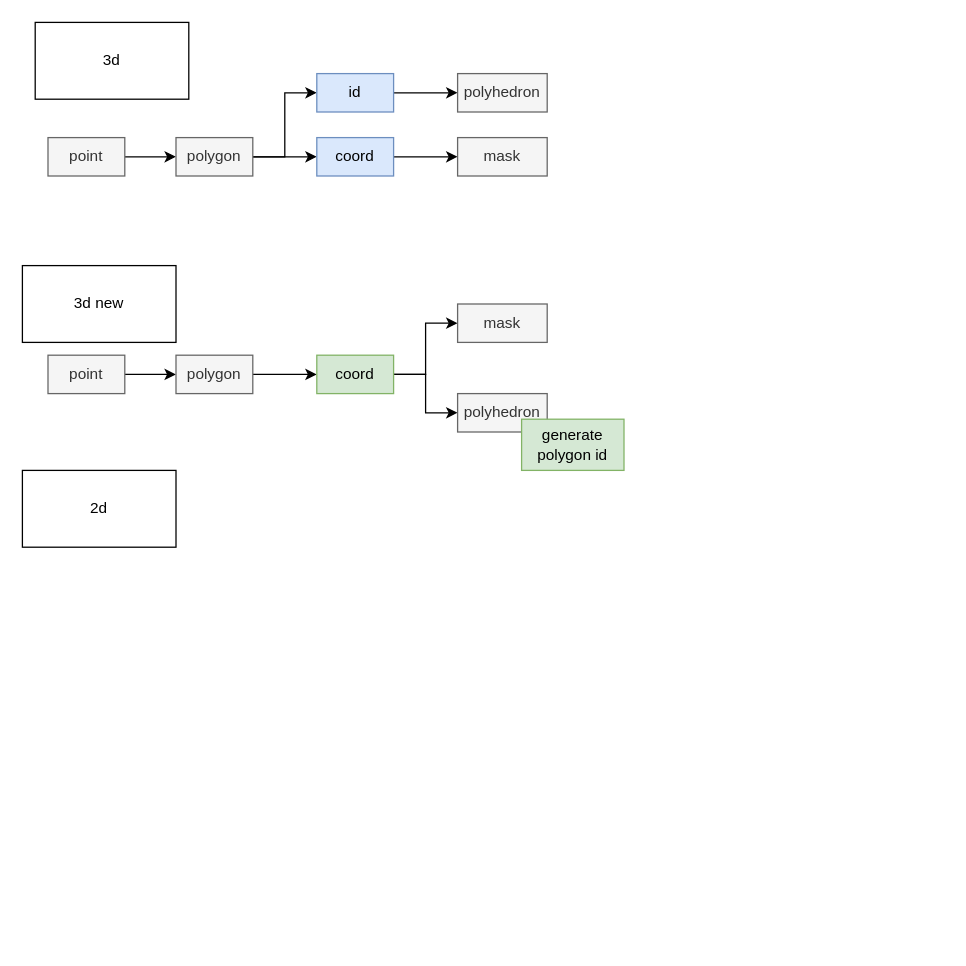
Earlier version of the draw.io diagram 未命名绘图.drawio (FicmillaR/drawio). Source tidied: cells renumbered, new cells numbered last; positions are measured from the earlier drawing's top-left corner, leaving out a move shared by most shapes. Both pictures are drawn from the tidied source at 128%, with x=0, y=0 at pixel (22, 22).
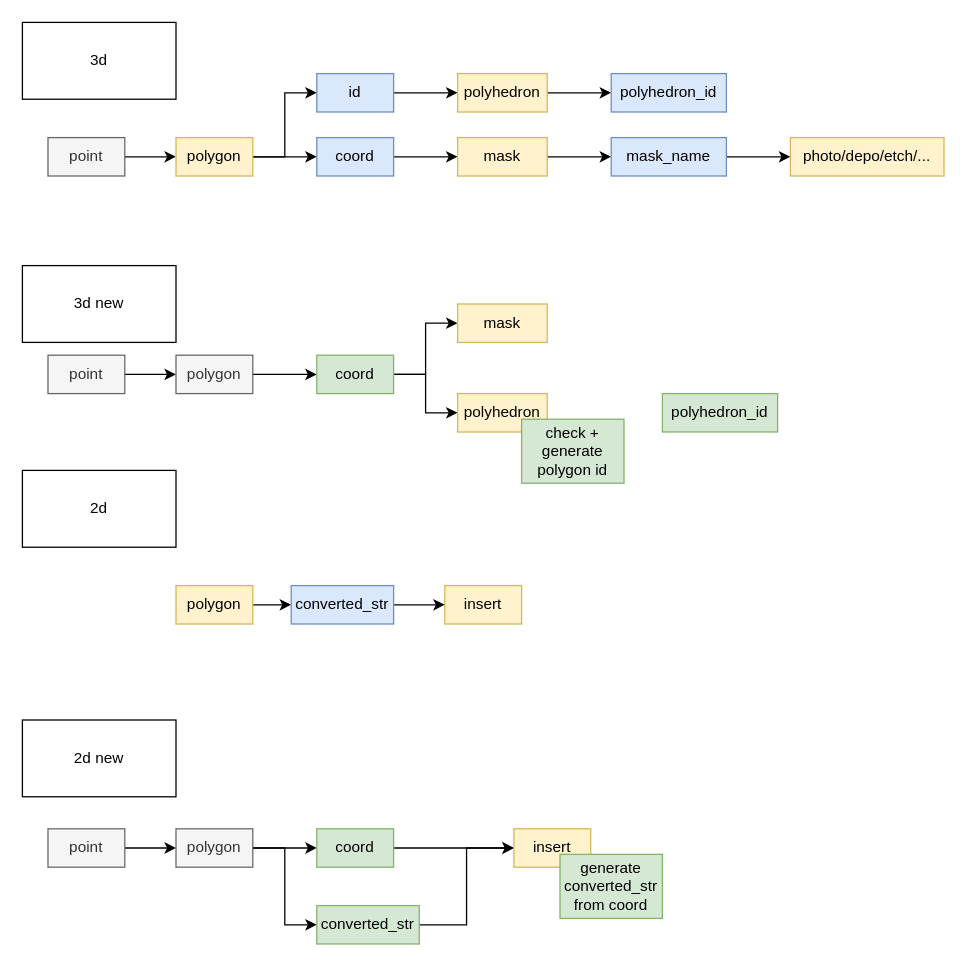
The same diagram, later.

Commit message:
更新未命名绘图.drawio

Change to the diagram source:
```diff
@@
-    <mxCell id="6" value="polygon" style="rounded=0;whiteSpace=wrap;html=1;fillColor=#f5f5f5;fontColor=#333333;strokeColor=#666666;" parent="1" vertex="1">
+    <mxCell id="6" value="polygon" style="rounded=0;whiteSpace=wrap;html=1;fillColor=#fff2cc;strokeColor=#d6b656;" parent="1" vertex="1">
       <mxGeometry x="120" y="90" width="60" height="30" as="geometry" />
     </mxCell>
@@
+    <mxCell id="26" style="edgeStyle=orthogonalEdgeStyle;rounded=0;jettySize=auto;html=1;exitX=1;exitY=0.5;exitDx=0;exitDy=0;entryX=0;entryY=0.5;entryDx=0;entryDy=0;" parent="1" edge="1" source="11" target="45">
+      <mxGeometry relative="1" as="geometry" />
+    </mxCell>
-    <mxCell id="11" value="polyhedron" style="rounded=0;whiteSpace=wrap;html=1;fillColor=#f5f5f5;fontColor=#333333;strokeColor=#666666;" parent="1" vertex="1">
+    <mxCell id="11" value="polyhedron" style="rounded=0;whiteSpace=wrap;html=1;fillColor=#fff2cc;strokeColor=#d6b656;" parent="1" vertex="1">
       <mxGeometry x="340" y="40" width="70" height="30" as="geometry" />
     </mxCell>
+    <mxCell id="27" style="edgeStyle=orthogonalEdgeStyle;rounded=0;jettySize=auto;html=1;exitX=1;exitY=0.5;exitDx=0;exitDy=0;entryX=0;entryY=0.5;entryDx=0;entryDy=0;" parent="1" edge="1" source="12" target="47">
+      <mxGeometry relative="1" as="geometry" />
+    </mxCell>
-    <mxCell id="12" value="mask" style="rounded=0;whiteSpace=wrap;html=1;fillColor=#f5f5f5;fontColor=#333333;strokeColor=#666666;" parent="1" vertex="1">
+    <mxCell id="12" value="mask" style="rounded=0;whiteSpace=wrap;html=1;fillColor=#fff2cc;strokeColor=#d6b656;" parent="1" vertex="1">
       <mxGeometry x="340" y="90" width="70" height="30" as="geometry" />
     </mxCell>
@@
-    <mxCell id="20" value="mask" style="rounded=0;whiteSpace=wrap;html=1;fillColor=#f5f5f5;fontColor=#333333;strokeColor=#666666;" parent="1" vertex="1">
+    <mxCell id="20" value="mask" style="rounded=0;whiteSpace=wrap;html=1;fillColor=#fff2cc;strokeColor=#d6b656;" parent="1" vertex="1">
       <mxGeometry x="340" y="220" width="70" height="30" as="geometry" />
     </mxCell>
-    <mxCell id="21" value="polyhedron" style="rounded=0;whiteSpace=wrap;html=1;fillColor=#f5f5f5;fontColor=#333333;strokeColor=#666666;" parent="1" vertex="1">
+    <mxCell id="21" value="polyhedron" style="rounded=0;whiteSpace=wrap;html=1;fillColor=#fff2cc;strokeColor=#d6b656;" parent="1" vertex="1">
       <mxGeometry x="340" y="290" width="70" height="30" as="geometry" />
     </mxCell>
-    <mxCell id="22" value="generate polygon id" style="rounded=0;whiteSpace=wrap;html=1;fillColor=#d5e8d4;strokeColor=#82b366;" parent="1" vertex="1">
-      <mxGeometry x="390" y="310" width="80" height="40" as="geometry" />
+    <mxCell id="22" value="check + generate polygon id" style="rounded=0;whiteSpace=wrap;html=1;fillColor=#d5e8d4;strokeColor=#82b366;" parent="1" vertex="1">
+      <mxGeometry x="390" y="310" width="80" height="50" as="geometry" />
     </mxCell>
     <mxCell id="23" value="3d" style="rounded=0;whiteSpace=wrap;html=1;" parent="1" vertex="1">
-      <mxGeometry x="10" width="120" height="60" as="geometry" />
+      <mxGeometry width="120" height="60" as="geometry" />
     </mxCell>
@@
+    <mxCell id="28" style="edgeStyle=orthogonalEdgeStyle;rounded=0;jettySize=auto;html=1;entryX=0;entryY=0.5;entryDx=0;entryDy=0;" parent="1" edge="1" source="29" target="32">
+      <mxGeometry relative="1" as="geometry" />
+    </mxCell>
+    <mxCell id="29" value="polygon" style="rounded=0;whiteSpace=wrap;html=1;fillColor=#fff2cc;strokeColor=#d6b656;" parent="1" vertex="1">
+      <mxGeometry x="120" y="440" width="60" height="30" as="geometry" />
+    </mxCell>
+    <mxCell id="30" value="insert" style="rounded=0;whiteSpace=wrap;html=1;fillColor=#fff2cc;strokeColor=#d6b656;" parent="1" vertex="1">
+      <mxGeometry x="330" y="440" width="60" height="30" as="geometry" />
+    </mxCell>
+    <mxCell id="31" style="edgeStyle=orthogonalEdgeStyle;rounded=0;jettySize=auto;html=1;exitX=1;exitY=0.5;exitDx=0;exitDy=0;entryX=0;entryY=0.5;entryDx=0;entryDy=0;" parent="1" edge="1" source="32" target="30">
+      <mxGeometry relative="1" as="geometry" />
+    </mxCell>
+    <mxCell id="32" value="converted_str" style="rounded=0;whiteSpace=wrap;html=1;fillColor=#dae8fc;strokeColor=#6c8ebf;" parent="1" vertex="1">
+      <mxGeometry x="210" y="440" width="80" height="30" as="geometry" />
+    </mxCell>
+    <mxCell id="33" value="2d new" style="rounded=0;whiteSpace=wrap;html=1;" parent="1" vertex="1">
+      <mxGeometry y="545" width="120" height="60" as="geometry" />
+    </mxCell>
+    <mxCell id="34" style="edgeStyle=orthogonalEdgeStyle;rounded=0;jettySize=auto;html=1;entryX=0;entryY=0.5;entryDx=0;entryDy=0;" parent="1" edge="1" source="35" target="38">
+      <mxGeometry relative="1" as="geometry" />
+    </mxCell>
+    <mxCell id="35" value="point" style="rounded=0;whiteSpace=wrap;html=1;fillColor=#f5f5f5;fontColor=#333333;strokeColor=#666666;" parent="1" vertex="1">
+      <mxGeometry x="20" y="630" width="60" height="30" as="geometry" />
+    </mxCell>
+    <mxCell id="36" style="edgeStyle=orthogonalEdgeStyle;rounded=0;jettySize=auto;html=1;entryX=0;entryY=0.5;entryDx=0;entryDy=0;" parent="1" edge="1" source="38" target="40">
+      <mxGeometry relative="1" as="geometry" />
+    </mxCell>
+    <mxCell id="37" style="edgeStyle=orthogonalEdgeStyle;rounded=0;jettySize=auto;html=1;entryX=0;entryY=0.5;entryDx=0;entryDy=0;" parent="1" edge="1" source="38" target="42">
+      <mxGeometry relative="1" as="geometry" />
+    </mxCell>
+    <mxCell id="38" value="polygon" style="rounded=0;whiteSpace=wrap;html=1;fillColor=#f5f5f5;fontColor=#333333;strokeColor=#666666;" parent="1" vertex="1">
+      <mxGeometry x="120" y="630" width="60" height="30" as="geometry" />
+    </mxCell>
+    <mxCell id="39" style="edgeStyle=orthogonalEdgeStyle;rounded=0;jettySize=auto;html=1;exitX=1;exitY=0.5;exitDx=0;exitDy=0;entryX=0;entryY=0.5;entryDx=0;entryDy=0;" parent="1" edge="1" source="40" target="43">
+      <mxGeometry relative="1" as="geometry" />
+    </mxCell>
+    <mxCell id="40" value="coord" style="rounded=0;whiteSpace=wrap;html=1;fillColor=#d5e8d4;strokeColor=#82b366;" parent="1" vertex="1">
+      <mxGeometry x="230" y="630" width="60" height="30" as="geometry" />
+    </mxCell>
+    <mxCell id="41" style="edgeStyle=orthogonalEdgeStyle;rounded=0;jettySize=auto;html=1;exitX=1;exitY=0.5;exitDx=0;exitDy=0;entryX=0;entryY=0.5;entryDx=0;entryDy=0;" parent="1" edge="1" source="42" target="43">
+      <mxGeometry relative="1" as="geometry" />
+    </mxCell>
+    <mxCell id="42" value="converted_str" style="rounded=0;whiteSpace=wrap;html=1;fillColor=#d5e8d4;strokeColor=#82b366;" parent="1" vertex="1">
+      <mxGeometry x="230" y="690" width="80" height="30" as="geometry" />
+    </mxCell>
+    <mxCell id="43" value="insert" style="rounded=0;whiteSpace=wrap;html=1;fillColor=#fff2cc;strokeColor=#d6b656;" parent="1" vertex="1">
+      <mxGeometry x="384" y="630" width="60" height="30" as="geometry" />
+    </mxCell>
+    <mxCell id="44" value="polyhedron_id" style="rounded=0;whiteSpace=wrap;html=1;fillColor=#d5e8d4;strokeColor=#82b366;" parent="1" vertex="1">
+      <mxGeometry x="500" y="290" width="90" height="30" as="geometry" />
+    </mxCell>
+    <mxCell id="45" value="polyhedron_id" style="rounded=0;whiteSpace=wrap;html=1;fillColor=#dae8fc;strokeColor=#6c8ebf;" parent="1" vertex="1">
+      <mxGeometry x="460" y="40" width="90" height="30" as="geometry" />
+    </mxCell>
+    <mxCell id="46" style="edgeStyle=orthogonalEdgeStyle;rounded=0;jettySize=auto;html=1;exitX=1;exitY=0.5;exitDx=0;exitDy=0;" parent="1" edge="1" source="47" target="48">
+      <mxGeometry relative="1" as="geometry" />
+    </mxCell>
+    <mxCell id="47" value="mask_name" style="rounded=0;whiteSpace=wrap;html=1;fillColor=#dae8fc;strokeColor=#6c8ebf;" parent="1" vertex="1">
+      <mxGeometry x="460" y="90" width="90" height="30" as="geometry" />
+    </mxCell>
+    <mxCell id="48" value="photo/depo/etch/..." style="rounded=0;whiteSpace=wrap;html=1;fillColor=#fff2cc;strokeColor=#d6b656;" parent="1" vertex="1">
+      <mxGeometry x="600" y="90" width="120" height="30" as="geometry" />
+    </mxCell>
+    <mxCell id="49" value="generate converted_str from coord" style="rounded=0;whiteSpace=wrap;html=1;fillColor=#d5e8d4;strokeColor=#82b366;" parent="1" vertex="1">
+      <mxGeometry x="420" y="650" width="80" height="50" as="geometry" />
+    </mxCell>
```
